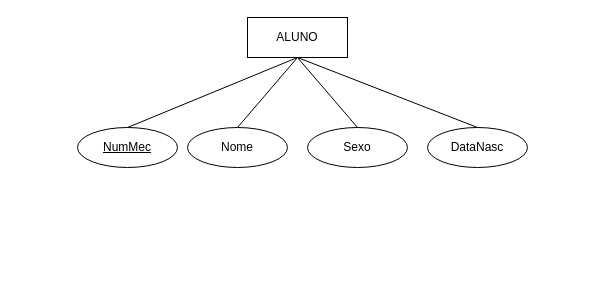
This is Diagrama_escolar.drawio from a14469oficina/Diagrama, a draw.io file, before an edit. Source tidied: cells renumbered, new cells numbered last; positions are measured from the earlier drawing's top-left corner, leaving out a move shared by most shapes. Both pictures are drawn from the tidied source at 100%, with x=0, y=0 at pixel (77, 17).
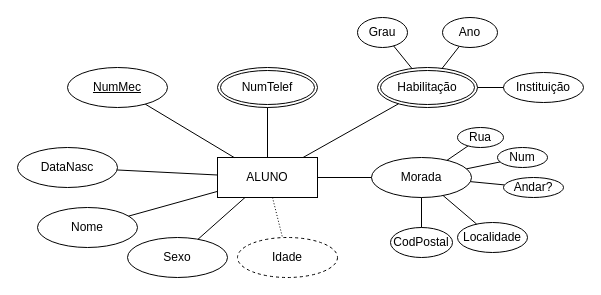
The same page after the edit.

Commit message:
continuação do diagrama_escolar

Diff of the diagram source:
```diff
@@
     <mxCell id="2" value="ALUNO" style="whiteSpace=wrap;html=1;align=center;" parent="1" vertex="1">
-      <mxGeometry x="170" width="100" height="40" as="geometry" />
+      <mxGeometry x="140" y="140" width="100" height="40" as="geometry" />
     </mxCell>
     <mxCell id="3" value="Nome" style="ellipse;whiteSpace=wrap;html=1;align=center;" parent="1" vertex="1">
-      <mxGeometry x="110" y="110" width="100" height="40" as="geometry" />
+      <mxGeometry x="-40" y="190" width="100" height="40" as="geometry" />
     </mxCell>
     <mxCell id="4" value="Sexo" style="ellipse;whiteSpace=wrap;html=1;align=center;" parent="1" vertex="1">
-      <mxGeometry x="230" y="110" width="100" height="40" as="geometry" />
+      <mxGeometry x="50" y="220" width="100" height="40" as="geometry" />
     </mxCell>
     <mxCell id="5" value="DataNasc" style="ellipse;whiteSpace=wrap;html=1;align=center;" parent="1" vertex="1">
-      <mxGeometry x="350" y="110" width="100" height="40" as="geometry" />
+      <mxGeometry x="-60" y="130" width="100" height="40" as="geometry" />
     </mxCell>
     <mxCell id="6" value="NumMec" style="ellipse;whiteSpace=wrap;html=1;align=center;fontStyle=4;" parent="1" vertex="1">
-      <mxGeometry y="110" width="100" height="40" as="geometry" />
+      <mxGeometry x="-10" y="50" width="100" height="40" as="geometry" />
     </mxCell>
-    <mxCell id="7" style="endArrow=none;html=1;rounded=0;entryX=0.5;entryY=1;entryDx=0;entryDy=0;exitX=0.5;exitY=0;exitDx=0;exitDy=0;" parent="1" edge="1" source="3" target="2">
+    <mxCell id="7" style="endArrow=none;html=1;rounded=0;" parent="1" edge="1" source="3" target="2">
       <mxGeometry relative="1" as="geometry" />
     </mxCell>
-    <mxCell id="8" style="endArrow=none;html=1;rounded=0;exitX=0.5;exitY=1;exitDx=0;exitDy=0;entryX=0.5;entryY=0;entryDx=0;entryDy=0;" parent="1" edge="1" source="2" target="4">
+    <mxCell id="8" style="endArrow=none;html=1;rounded=0;" parent="1" edge="1" source="2" target="4">
       <mxGeometry relative="1" as="geometry" />
     </mxCell>
-    <mxCell id="9" style="endArrow=none;html=1;rounded=0;exitX=0.5;exitY=1;exitDx=0;exitDy=0;entryX=0.5;entryY=0;entryDx=0;entryDy=0;" parent="1" edge="1" source="2" target="5">
+    <mxCell id="9" style="endArrow=none;html=1;rounded=0;" parent="1" edge="1" source="2" target="5">
       <mxGeometry relative="1" as="geometry" />
     </mxCell>
-    <mxCell id="10" style="endArrow=none;html=1;rounded=0;exitX=0.5;exitY=1;exitDx=0;exitDy=0;entryX=0.5;entryY=0;entryDx=0;entryDy=0;" parent="1" edge="1" source="2" target="6">
+    <mxCell id="10" style="endArrow=none;html=1;rounded=0;" parent="1" edge="1" source="2" target="6">
       <mxGeometry relative="1" as="geometry" />
     </mxCell>
+    <mxCell id="11" value="Idade" style="ellipse;whiteSpace=wrap;html=1;align=center;dashed=1;" parent="1" vertex="1">
+      <mxGeometry x="160" y="220" width="100" height="40" as="geometry" />
+    </mxCell>
+    <mxCell id="12" style="endArrow=none;html=1;rounded=0;dashed=1;dashPattern=1 2;" parent="1" edge="1" source="2" target="11">
+      <mxGeometry relative="1" as="geometry" />
+    </mxCell>
+    <mxCell id="13" value="NumTelef" style="ellipse;shape=doubleEllipse;margin=3;whiteSpace=wrap;html=1;align=center;" parent="1" vertex="1">
+      <mxGeometry x="140" y="50" width="100" height="40" as="geometry" />
+    </mxCell>
+    <mxCell id="14" value="Habilitação" style="ellipse;shape=doubleEllipse;margin=3;whiteSpace=wrap;html=1;align=center;" parent="1" vertex="1">
+      <mxGeometry x="300" y="50" width="100" height="40" as="geometry" />
+    </mxCell>
+    <mxCell id="15" style="endArrow=none;html=1;rounded=0;" parent="1" edge="1" source="13" target="2">
+      <mxGeometry relative="1" as="geometry" />
+    </mxCell>
+    <mxCell id="16" style="endArrow=none;html=1;rounded=0;" parent="1" edge="1" source="2" target="14">
+      <mxGeometry relative="1" as="geometry" />
+    </mxCell>
+    <mxCell id="17" value="Morada" style="ellipse;whiteSpace=wrap;html=1;align=center;" parent="1" vertex="1">
+      <mxGeometry x="294" y="140" width="100" height="40" as="geometry" />
+    </mxCell>
+    <mxCell id="18" style="endArrow=none;html=1;rounded=0;" parent="1" edge="1" source="2" target="17">
+      <mxGeometry relative="1" as="geometry" />
+    </mxCell>
+    <mxCell id="19" value="CodPostal" style="ellipse;whiteSpace=wrap;html=1;align=center;" parent="1" vertex="1">
+      <mxGeometry x="313" y="210" width="62" height="30" as="geometry" />
+    </mxCell>
+    <mxCell id="20" style="endArrow=none;html=1;rounded=0;" parent="1" edge="1" source="17" target="19">
+      <mxGeometry relative="1" as="geometry" />
+    </mxCell>
+    <mxCell id="21" value="Localidade" style="ellipse;whiteSpace=wrap;html=1;align=center;" parent="1" vertex="1">
+      <mxGeometry x="380" y="205" width="70" height="30" as="geometry" />
+    </mxCell>
+    <mxCell id="22" style="endArrow=none;html=1;rounded=0;" parent="1" edge="1" source="17" target="21">
+      <mxGeometry relative="1" as="geometry" />
+    </mxCell>
+    <mxCell id="23" value="Andar?" style="ellipse;whiteSpace=wrap;html=1;align=center;" parent="1" vertex="1">
+      <mxGeometry x="426" y="160" width="60" height="20" as="geometry" />
+    </mxCell>
+    <mxCell id="24" style="endArrow=none;html=1;rounded=0;" parent="1" edge="1" source="17" target="23">
+      <mxGeometry relative="1" as="geometry" />
+    </mxCell>
+    <mxCell id="25" value="Num" style="ellipse;whiteSpace=wrap;html=1;align=center;" parent="1" vertex="1">
+      <mxGeometry x="420" y="130" width="50" height="20" as="geometry" />
+    </mxCell>
+    <mxCell id="26" style="endArrow=none;html=1;rounded=0;" parent="1" edge="1" source="17" target="25">
+      <mxGeometry relative="1" as="geometry" />
+    </mxCell>
+    <mxCell id="27" value="Rua" style="ellipse;whiteSpace=wrap;html=1;align=center;" parent="1" vertex="1">
+      <mxGeometry x="380" y="110" width="46" height="20" as="geometry" />
+    </mxCell>
+    <mxCell id="28" style="endArrow=none;html=1;rounded=0;" parent="1" edge="1" source="17" target="27">
+      <mxGeometry relative="1" as="geometry" />
+    </mxCell>
+    <mxCell id="29" value="Grau" style="ellipse;whiteSpace=wrap;html=1;align=center;" parent="1" vertex="1">
+      <mxGeometry x="280" width="50" height="30" as="geometry" />
+    </mxCell>
+    <mxCell id="30" style="endArrow=none;html=1;rounded=0;" parent="1" edge="1" source="29" target="14">
+      <mxGeometry relative="1" as="geometry" />
+    </mxCell>
+    <mxCell id="31" value="Ano" style="ellipse;whiteSpace=wrap;html=1;align=center;" parent="1" vertex="1">
+      <mxGeometry x="365" width="55" height="30" as="geometry" />
+    </mxCell>
+    <mxCell id="32" style="endArrow=none;html=1;rounded=0;" parent="1" edge="1" source="31" target="14">
+      <mxGeometry relative="1" as="geometry" />
+    </mxCell>
+    <mxCell id="33" value="Instituição" style="ellipse;whiteSpace=wrap;html=1;align=center;" parent="1" vertex="1">
+      <mxGeometry x="426" y="55" width="80" height="30" as="geometry" />
+    </mxCell>
+    <mxCell id="34" style="endArrow=none;html=1;rounded=0;" parent="1" edge="1" source="14" target="33">
+      <mxGeometry relative="1" as="geometry" />
+    </mxCell>
```
